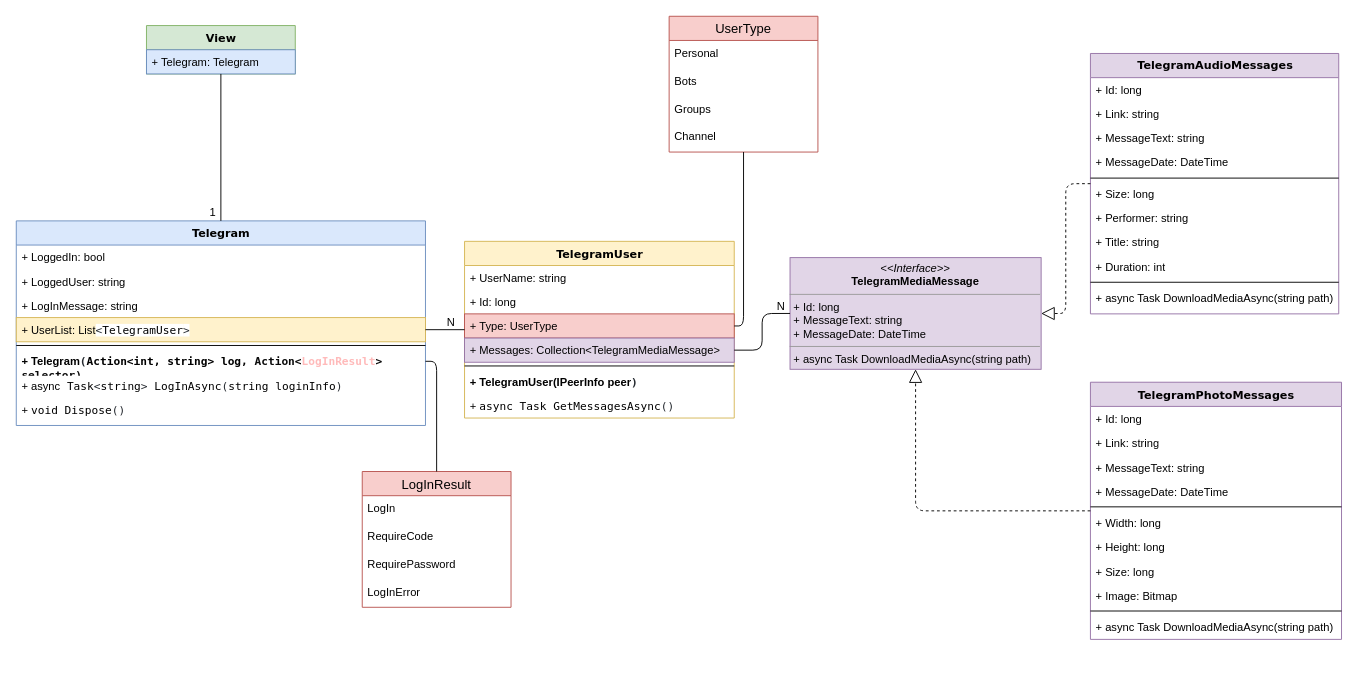
The draw.io diagram page "Page-1" (1 of 2) of gb_classes.drawio in konoplinovich/Diagrams, before the edit. Source tidied: cells renumbered, new cells numbered last; positions are measured from the earlier drawing's top-left corner, leaving out a move shared by most shapes. Both pictures are drawn from the tidied source at 93%, with x=0, y=0 at pixel (16, 16).
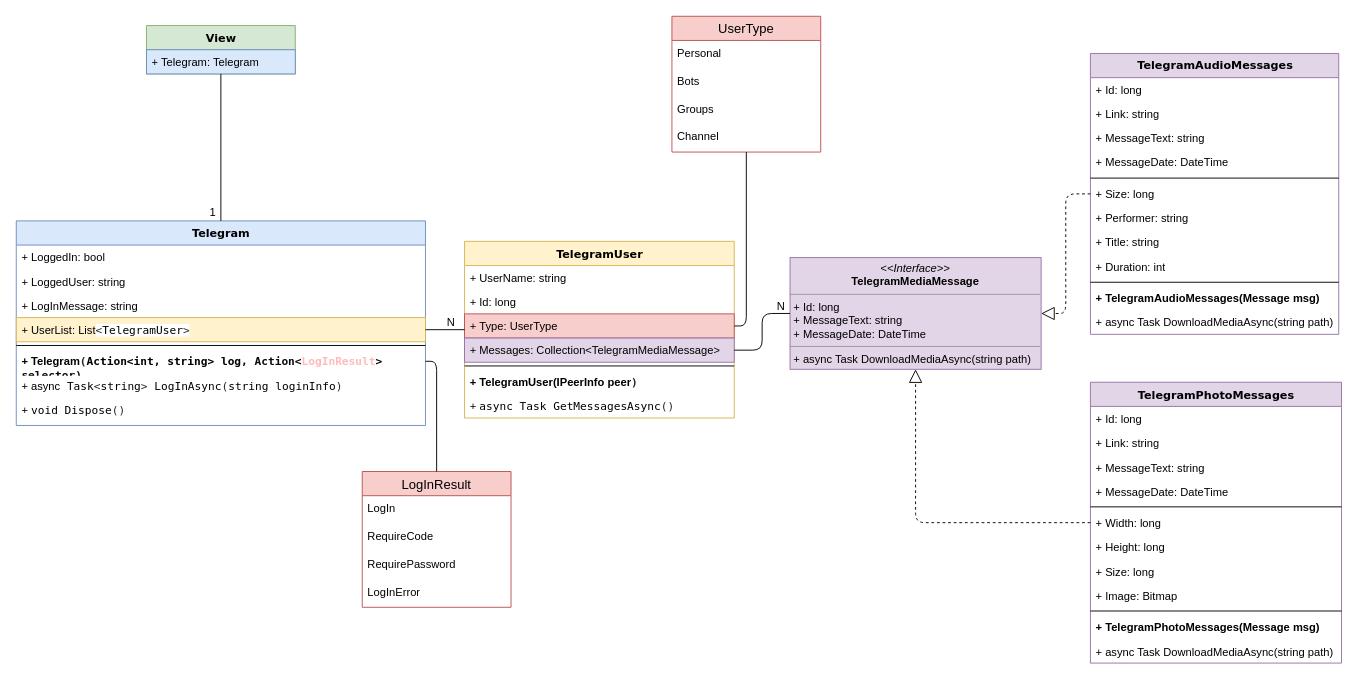
The same diagram, later.

Change to the diagram source:
```diff
@@
     <mxCell id="25" value="TelegramPhotoMessages" style="swimlane;html=1;fontStyle=1;align=center;verticalAlign=top;horizontal=1;startSize=26;swimlaneFillColor=#ffffff;rounded=0;shadow=0;comic=0;labelBackgroundColor=none;strokeWidth=1;fillColor=#e1d5e7;fontFamily=Verdana;fontSize=12;strokeColor=#9673a6;" parent="1" vertex="1">
-      <mxGeometry x="1155" y="393.5" width="270" height="276.5" as="geometry" />
+      <mxGeometry x="1155" y="393.5" width="270" height="302" as="geometry" />
     </mxCell>
@@
-    <mxCell id="36" value="+&amp;nbsp;async Task&amp;nbsp;DownloadMediaAsync(string path)" style="text;html=1;strokeColor=none;fillColor=none;align=left;verticalAlign=top;spacingLeft=4;spacingRight=4;whiteSpace=wrap;overflow=hidden;" parent="25" vertex="1">
+    <mxCell id="36" value="+&amp;nbsp;TelegramPhotoMessages(Message msg)" style="text;html=1;strokeColor=none;fillColor=none;align=left;verticalAlign=top;spacingLeft=4;spacingRight=4;whiteSpace=wrap;overflow=hidden;fontStyle=1;" parent="25" vertex="1">
       <mxGeometry y="250" width="270" height="26" as="geometry" />
     </mxCell>
+    <mxCell id="66" value="+&amp;nbsp;async Task&amp;nbsp;DownloadMediaAsync(string path)" style="text;html=1;strokeColor=none;fillColor=none;align=left;verticalAlign=top;spacingLeft=4;spacingRight=4;whiteSpace=wrap;overflow=hidden;" parent="25" vertex="1">
+      <mxGeometry y="276" width="270" height="26" as="geometry" />
+    </mxCell>
@@
     <mxCell id="41" value="TelegramAudioMessages" style="swimlane;html=1;fontStyle=1;align=center;verticalAlign=middle;horizontal=1;startSize=26;swimlaneFillColor=#ffffff;rounded=0;shadow=0;comic=0;labelBackgroundColor=none;strokeWidth=1;fillColor=#e1d5e7;fontFamily=Verdana;fontSize=12;strokeColor=#9673a6;" parent="1" vertex="1">
-      <mxGeometry x="1155" y="40" width="267" height="280" as="geometry" />
+      <mxGeometry x="1155" y="40" width="267" height="302" as="geometry" />
     </mxCell>
@@
-    <mxCell id="52" value="+&amp;nbsp;async Task&amp;nbsp;DownloadMediaAsync(string path)" style="text;html=1;strokeColor=none;fillColor=none;align=left;verticalAlign=top;spacingLeft=4;spacingRight=4;whiteSpace=wrap;overflow=hidden;" parent="41" vertex="1">
+    <mxCell id="52" value="+&amp;nbsp;TelegramAudioMessages(Message msg)" style="text;html=1;strokeColor=none;fillColor=none;align=left;verticalAlign=top;spacingLeft=4;spacingRight=4;whiteSpace=wrap;overflow=hidden;fontStyle=1;" parent="41" vertex="1">
       <mxGeometry y="250" width="267" height="26" as="geometry" />
     </mxCell>
+    <mxCell id="67" value="+&amp;nbsp;async Task&amp;nbsp;DownloadMediaAsync(string path)" style="text;html=1;strokeColor=none;fillColor=none;align=left;verticalAlign=top;spacingLeft=4;spacingRight=4;whiteSpace=wrap;overflow=hidden;" parent="41" vertex="1">
+      <mxGeometry y="276" width="267" height="26" as="geometry" />
+    </mxCell>
@@
     <mxCell id="54" value="UserType" style="swimlane;fontStyle=0;horizontal=1;startSize=26;align=center;fontSize=14;fillColor=#f8cecc;strokeColor=#b85450;" parent="1" vertex="1">
-      <mxGeometry x="702" width="160" height="146" as="geometry" />
+      <mxGeometry x="705" width="160" height="146" as="geometry" />
     </mxCell>
```
